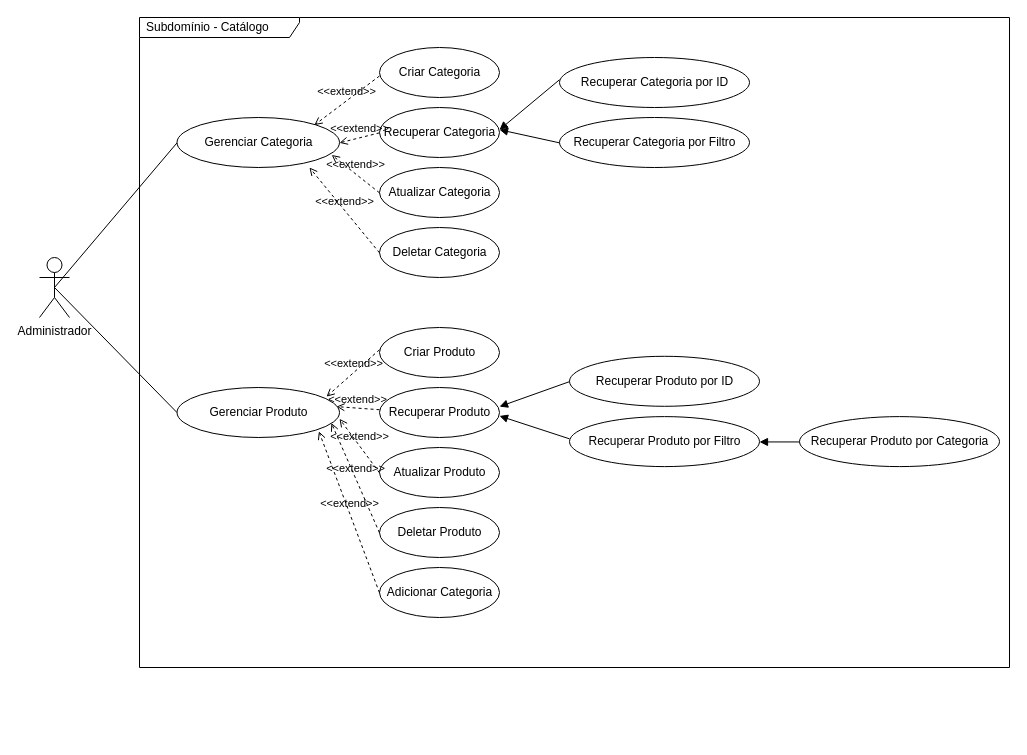
This is page "Subdomínio - Catálogo" (2 of 2) of requirements/ecommerce-caso-uso.drawio from FranciscoMiojo/ecommerce-node-api, a draw.io file, before an edit. Source tidied: cells renumbered, new cells numbered last; positions are measured from the earlier drawing's top-left corner, leaving out a move shared by most shapes. Both pictures are drawn from the tidied source at 100%, with x=0, y=0 at pixel (39, 17).
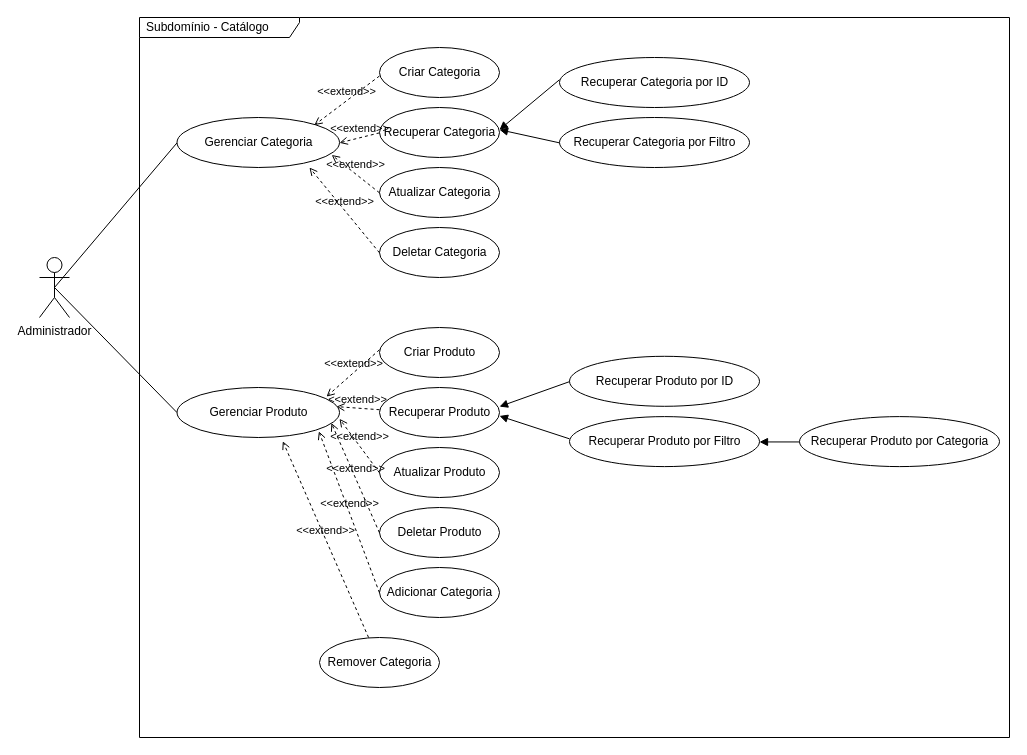
The same page after the edit.

The change refers to these unchanged cells:
```xml
<mxCell id="4" style="shape=ellipse;horizontal=1;html=1;dashed=0;" parent="1" vertex="1">
  <mxGeometry x="137.5" y="370" width="162.5" height="50" as="geometry" />
</mxCell>
```

Diff of the diagram source:
```diff
@@
     <mxCell id="2" value="Subdomínio - Catálogo" style="shape=umlFrame;whiteSpace=wrap;html=1;width=160;height=20;boundedLbl=1;verticalAlign=middle;align=left;spacingLeft=5;" parent="1" vertex="1">
-      <mxGeometry x="100" width="870" height="650" as="geometry" />
+      <mxGeometry x="100" width="870" height="720" as="geometry" />
     </mxCell>
@@
+    <mxCell id="52" style="shape=ellipse;horizontal=1;html=1;dashed=0;" parent="1" vertex="1">
+      <mxGeometry x="280" y="620" width="120" height="50" as="geometry" />
+    </mxCell>
+    <mxCell id="53" value="Remover Categoria" style="html=1;strokeColor=none;fillColor=none;align=center;verticalAlign=middle;" parent="52" vertex="1">
+      <mxGeometry y="19.1" width="120" height="12.5" as="geometry" />
+    </mxCell>
+    <mxCell id="54" value="&amp;lt;&amp;lt;extend&amp;gt;&amp;gt;" style="html=1;verticalAlign=bottom;labelBackgroundColor=none;endArrow=open;endFill=0;dashed=1;entryX=0.651;entryY=1.075;entryDx=0;entryDy=0;entryPerimeter=0;" parent="1" edge="1" source="52" target="4">
+      <mxGeometry relative="1" as="geometry" />
+    </mxCell>
```
